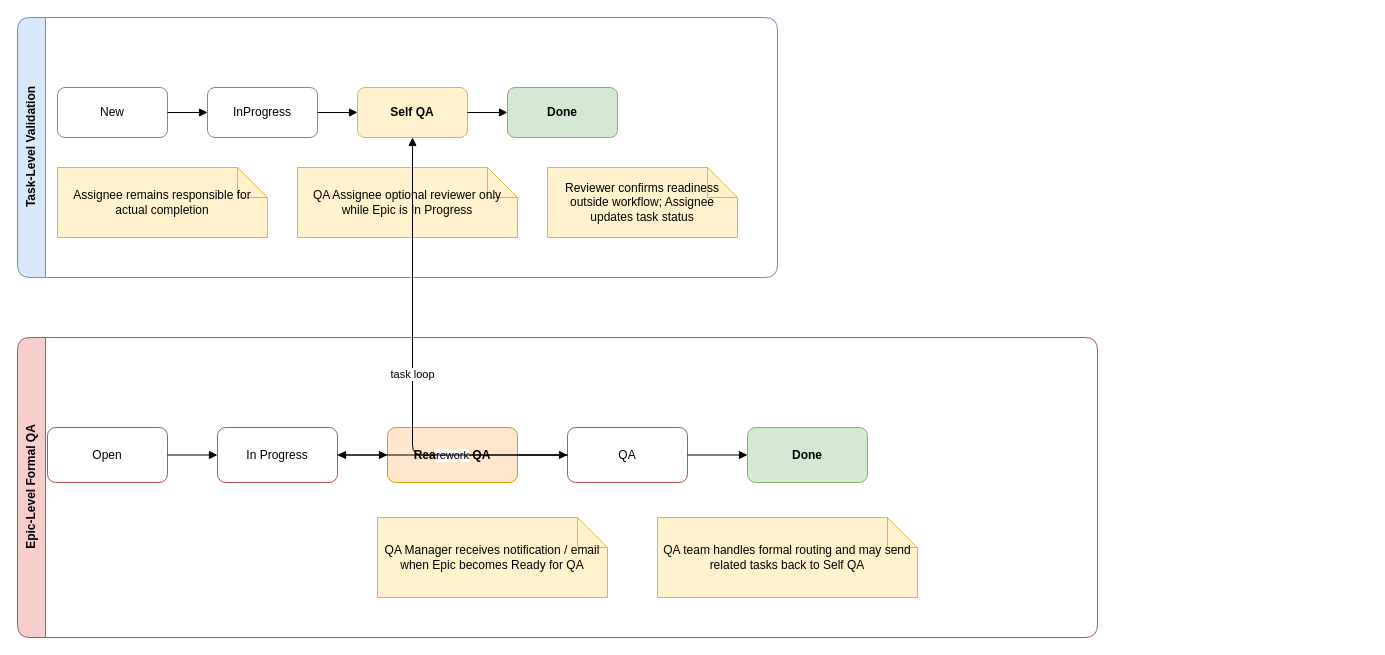
The draw.io diagram assets/diagrams/qa-flow.drawio in morbargig/Origami-Project-Management-App, before the edit. Source tidied: cells renumbered, new cells numbered last; positions are measured from the earlier drawing's top-left corner, leaving out a move shared by most shapes. Both pictures are drawn from the tidied source at 100%, with x=0, y=0 at pixel (17, 17).
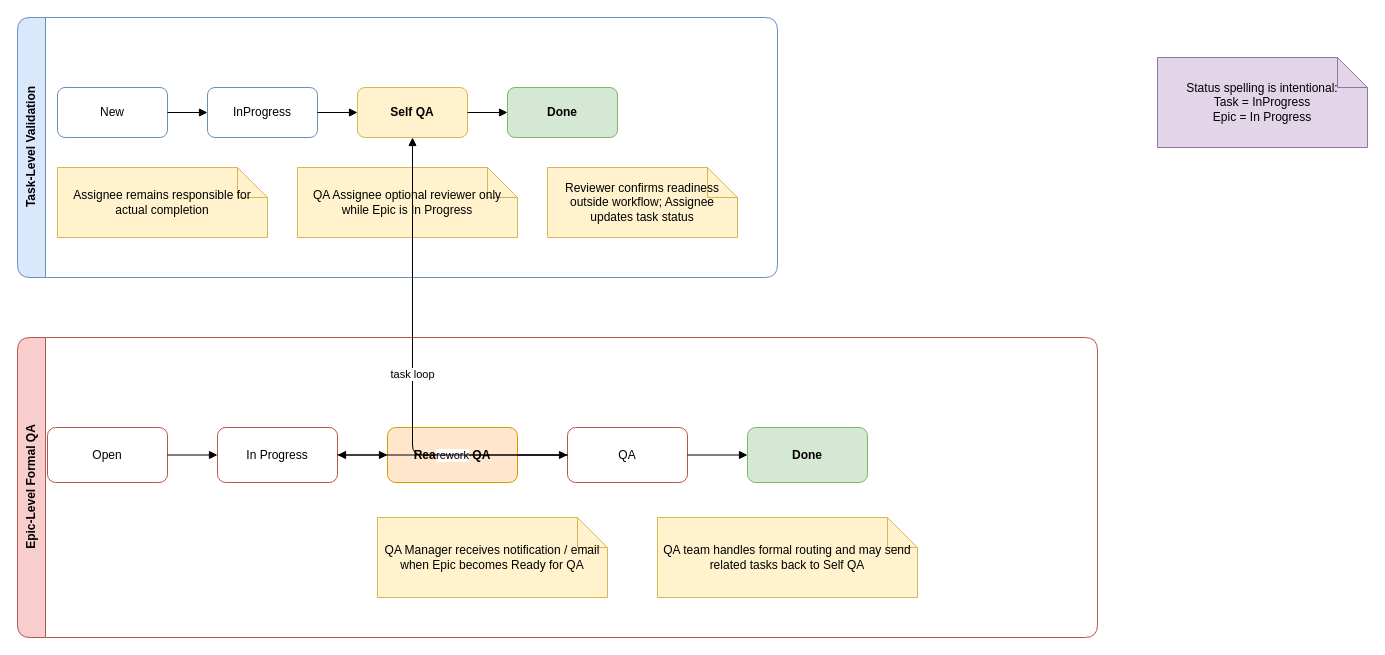
The same diagram, later.

The edit, as a diff of the source:
```diff
@@
+    <mxCell id="27" value="Status spelling is intentional:&#10;Task = InProgress&#10;Epic = In Progress" style="shape=note;whiteSpace=wrap;html=1;fillColor=#e1d5e7;strokeColor=#9673a6;fontSize=12;" parent="1" vertex="1">
+      <mxGeometry x="1140" y="40" width="210" height="90" as="geometry" />
+    </mxCell>
```
